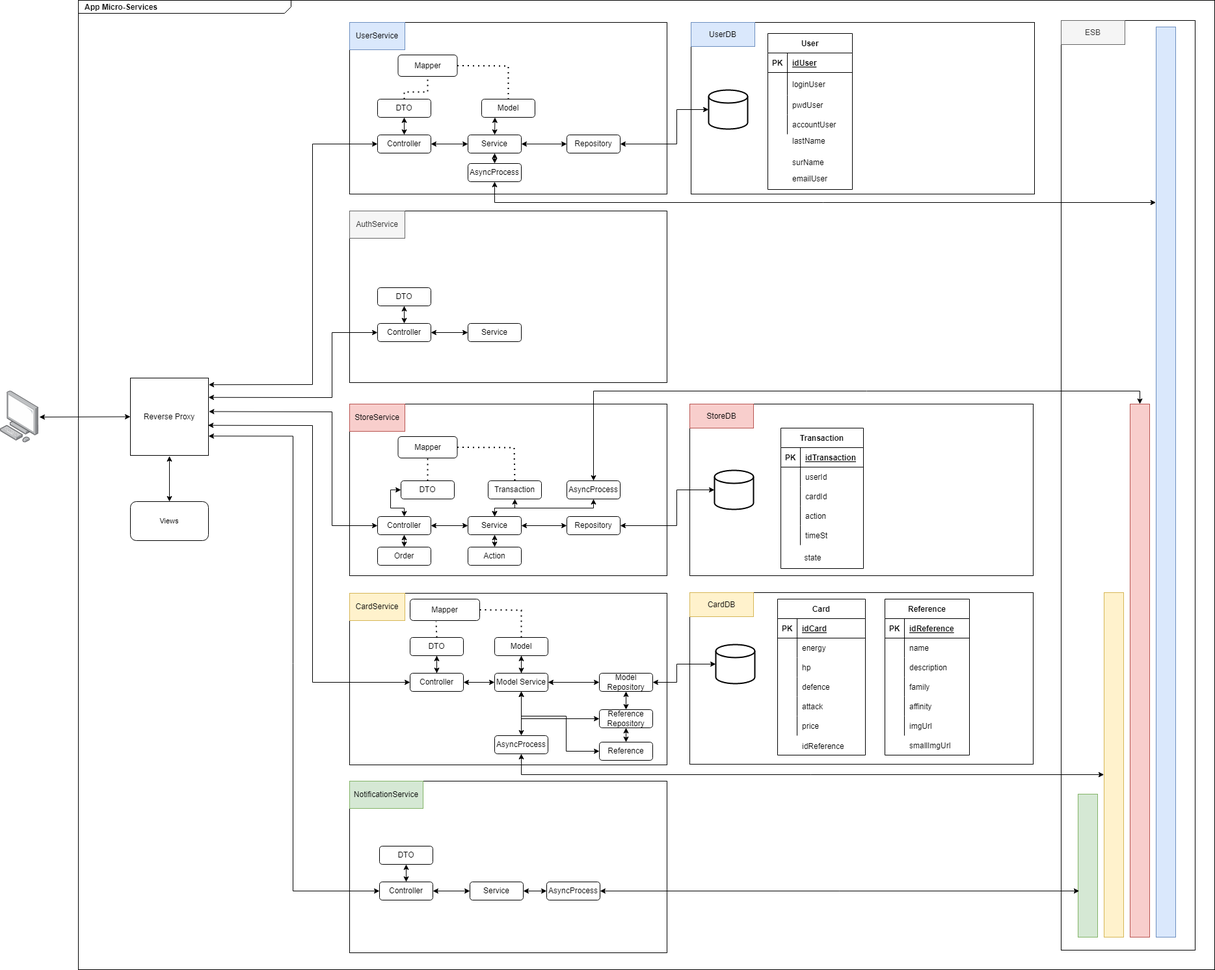
Before: Diagramme-Micro-services.drawio.png, a diagram exported from draw.io (PetitYohan/ASI-2). Source tidied: cells renumbered, new cells last; positions are measured from the earlier drawing's top-left corner, leaving out a move shared by most shapes.
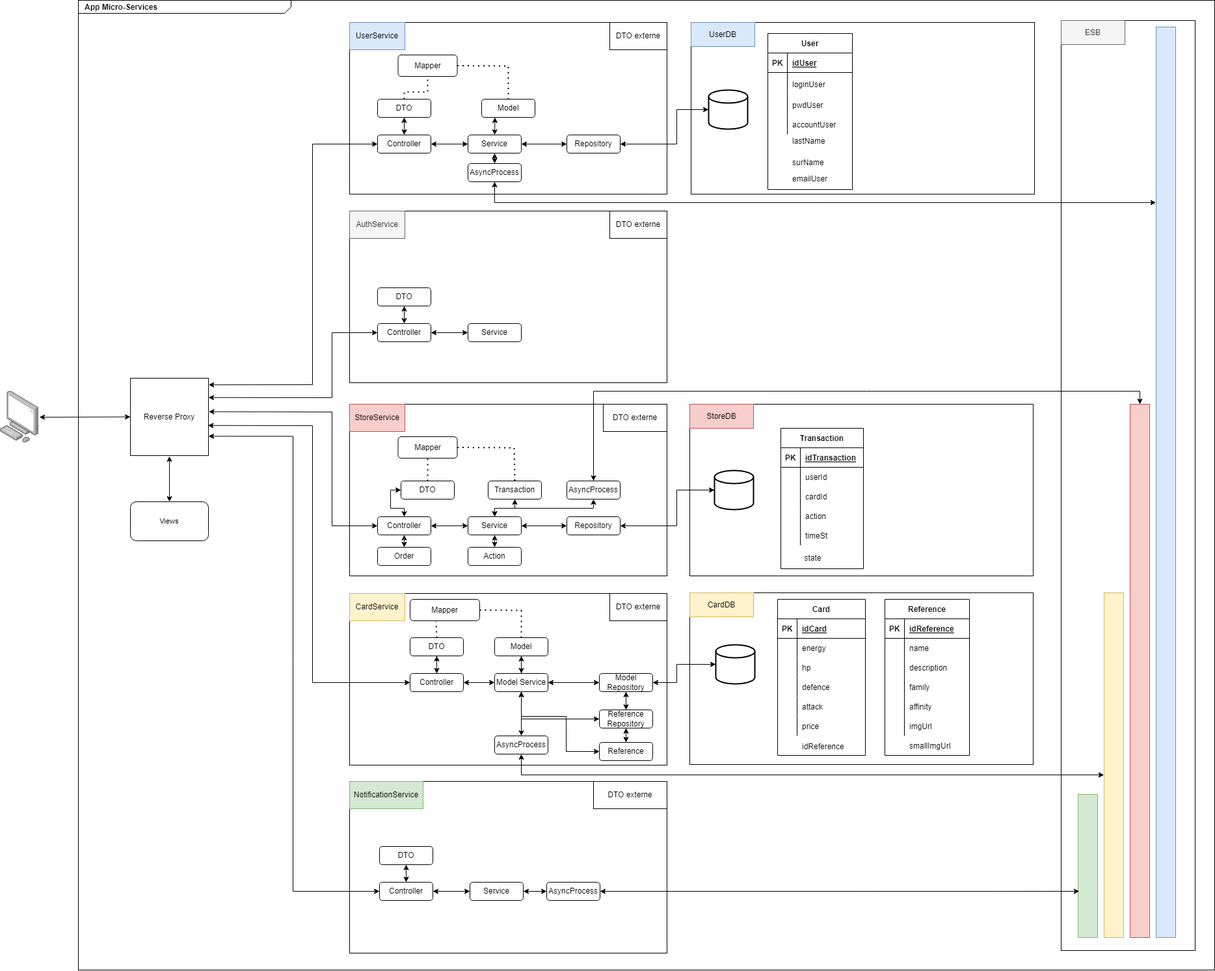
Above is the later version.

What changed in the source:
```diff
@@ -2,7 +2,7 @@
   <root>
     <mxCell id="0" />
     <mxCell id="1" parent="0" />
-    <mxCell id="2" value="&lt;p style=&quot;margin: 0px ; margin-top: 4px ; margin-left: 10px ; text-align: left&quot;&gt;&lt;b&gt;App Micro-Services&lt;/b&gt;&lt;/p&gt;&lt;p style=&quot;margin: 0px ; margin-top: 4px ; margin-left: 10px ; text-align: left&quot;&gt;&lt;b&gt;&lt;br&gt;&lt;/b&gt;&lt;/p&gt;" style="html=1;strokeWidth=1;shape=mxgraph.sysml.package;html=1;overflow=fill;whiteSpace=wrap;fillColor=none;gradientColor=none;fontSize=12;align=center;labelX=327.64;" parent="1" vertex="1">
+    <mxCell id="2" value="&lt;p style=&quot;margin: 0px ; margin-top: 4px ; margin-left: 10px ; text-align: left&quot;&gt;&lt;b&gt;App Micro-Services&lt;/b&gt;&lt;/p&gt;&lt;p style=&quot;margin: 0px ; margin-top: 4px ; margin-left: 10px ; text-align: left&quot;&gt;&lt;b&gt;&lt;br&gt;&lt;/b&gt;&lt;/p&gt;" style="html=1;strokeWidth=1;shape=mxgraph.sysml.package;html=1;overflow=fill;whiteSpace=wrap;fontSize=12;align=center;labelX=327.64;fillColor=none;" parent="1" vertex="1">
       <mxGeometry x="120" width="1747" height="1491" as="geometry" />
     </mxCell>
     <mxCell id="3" style="rounded=0;whiteSpace=wrap;html=1;fillColor=default;" parent="1" vertex="1">
@@ -91,6 +91,9 @@
     <mxCell id="26" value="AsyncProcess" style="rounded=1;whiteSpace=wrap;html=1;fillColor=default;" parent="10" vertex="1">
       <mxGeometry x="182" y="217" width="82" height="28" as="geometry" />
     </mxCell>
+    <mxCell id="195" value="DTO externe" style="rounded=0;whiteSpace=wrap;html=1;" parent="10" vertex="1">
+      <mxGeometry x="400" width="88" height="42" as="geometry" />
+    </mxCell>
     <mxCell id="27" style="endArrow=classic;startArrow=classic;html=1;rounded=0;entryX=0;entryY=0.5;entryDx=0;entryDy=0;exitX=1.002;exitY=0.086;exitDx=0;exitDy=0;exitPerimeter=0;" parent="1" edge="1" source="6" target="13">
       <mxGeometry relative="1" as="geometry">
         <Array as="points">
@@ -245,6 +248,9 @@
     <mxCell id="69" value="AsyncProcess" style="rounded=1;whiteSpace=wrap;html=1;fillColor=default;" parent="49" vertex="1">
       <mxGeometry x="334" y="118" width="82" height="28" as="geometry" />
     </mxCell>
+    <mxCell id="196" value="DTO externe" style="rounded=0;whiteSpace=wrap;html=1;" parent="49" vertex="1">
+      <mxGeometry x="390" width="98" height="42" as="geometry" />
+    </mxCell>
     <mxCell id="70" style="rounded=0;whiteSpace=wrap;html=1;fillColor=default;" parent="41" vertex="1">
       <mxGeometry x="523" y="297" width="528" height="264" as="geometry" />
     </mxCell>
@@ -395,12 +401,18 @@
     <mxCell id="114" value="AsyncProcess" style="rounded=1;whiteSpace=wrap;html=1;fillColor=default;" parent="90" vertex="1">
       <mxGeometry x="223" y="219" width="82" height="28" as="geometry" />
     </mxCell>
+    <mxCell id="197" value="DTO externe" style="rounded=0;whiteSpace=wrap;html=1;" parent="90" vertex="1">
+      <mxGeometry x="400" width="88" height="42" as="geometry" />
+    </mxCell>
     <mxCell id="115" style="shape=partialRectangle;fillColor=none;top=0;left=0;bottom=0;right=0;overflow=hidden;" parent="41" vertex="1">
       <mxGeometry x="661.5" y="515" width="30" height="35" as="geometry" />
     </mxCell>
     <mxCell id="116" value="state" style="shape=partialRectangle;fillColor=none;top=0;left=0;bottom=0;right=0;align=left;spacingLeft=6;overflow=hidden;" parent="41" vertex="1">
       <mxGeometry x="691.5" y="515" width="100" height="35" as="geometry" />
     </mxCell>
+    <mxCell id="198" value="DTO externe" style="rounded=0;whiteSpace=wrap;html=1;" parent="41" vertex="1">
+      <mxGeometry x="400" width="88" height="42" as="geometry" />
+    </mxCell>
     <mxCell id="117" style="endArrow=classic;startArrow=classic;html=1;rounded=0;fontSize=11;exitX=1;exitY=0.25;exitDx=0;exitDy=0;entryX=0;entryY=0.5;entryDx=0;entryDy=0;" parent="1" edge="1" source="6" target="44">
       <mxGeometry relative="1" as="geometry">
         <Array as="points">
@@ -679,5 +691,8 @@
     <mxCell id="194" value="ESB" style="rounded=0;whiteSpace=wrap;html=1;fillColor=#f5f5f5;strokeColor=#666666;fontColor=#333333;" parent="1" vertex="1">
       <mxGeometry x="1631" y="31" width="98" height="37" as="geometry" />
     </mxCell>
+    <mxCell id="199" value="DTO externe" style="rounded=0;whiteSpace=wrap;html=1;" parent="1" vertex="1">
+      <mxGeometry x="912" y="1201" width="113" height="42" as="geometry" />
+    </mxCell>
   </root>
 </mxGraphModel>
```
